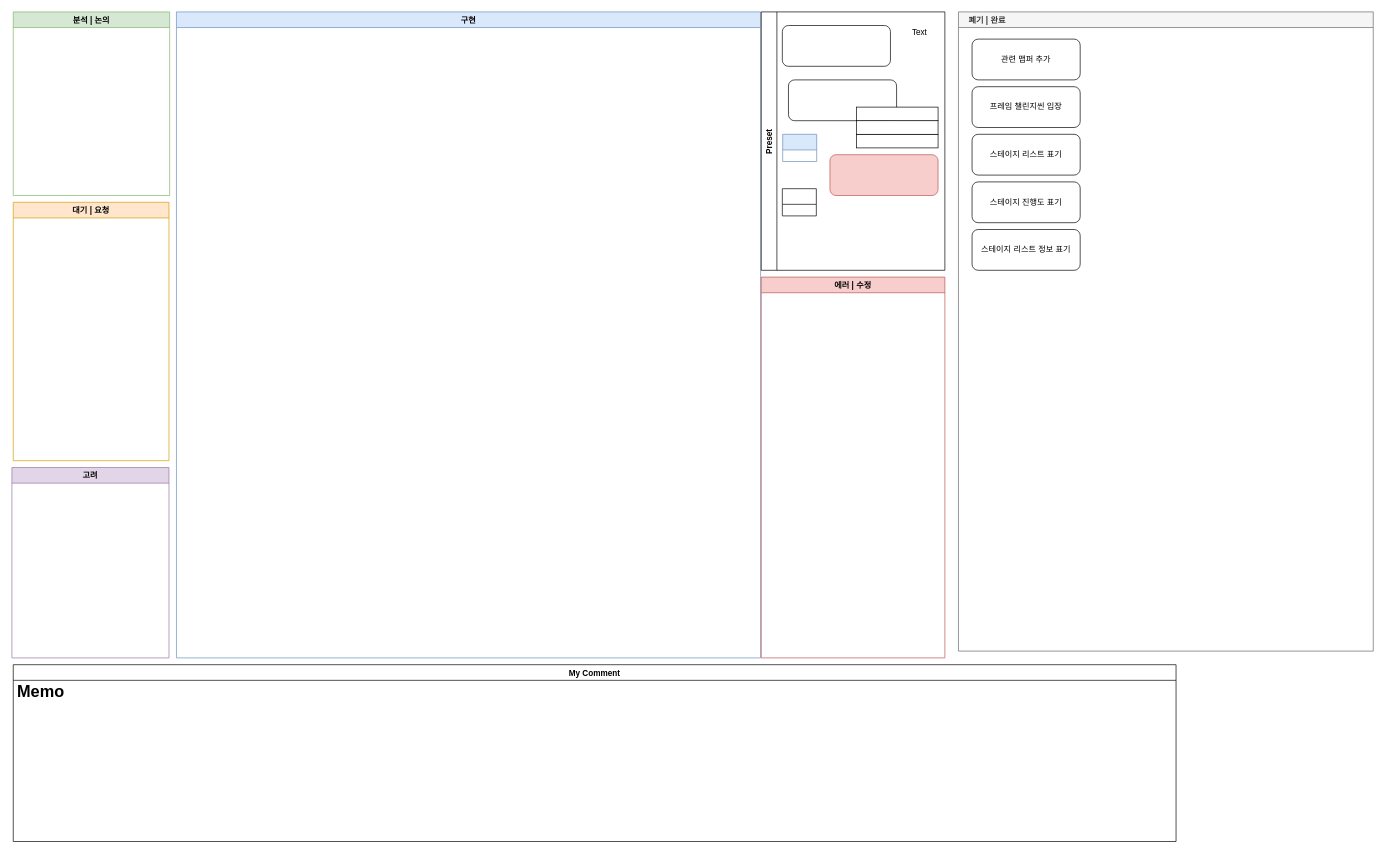
Before: 프레임 챌린지.drawio in Endorr/Job-Board, a draw.io diagram. Source tidied: cells renumbered, new cells numbered last; positions are measured from the earlier drawing's top-left corner, leaving out a move shared by most shapes. Both pictures are drawn from the tidied source at 68%, with x=0, y=0 at pixel (12, 12).
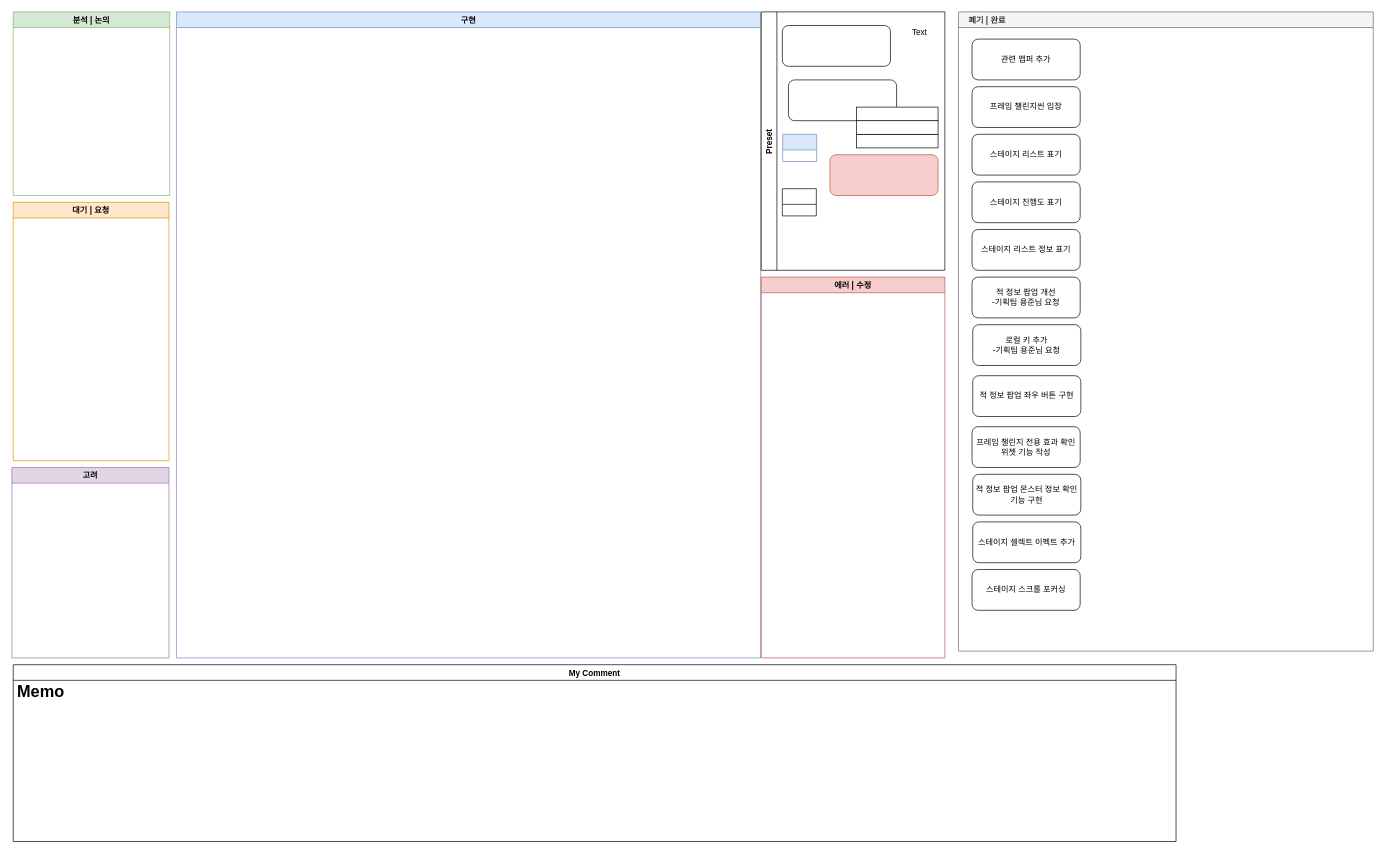
Above is the later version.

Commit message:
프레임 챌린지.drawio 업데이트

Unchanged cells that the change refers to:
```xml
<mxCell id="5" value="    폐기 | 완료" style="swimlane;strokeColor=#666666;fillColor=#f5f5f5;fontColor=#333333;align=left;" parent="1" vertex="1">
  <mxGeometry x="1392" width="610" height="940" as="geometry" />
</mxCell>
```

The edit, as a diff of the source:
```diff
@@
+    <mxCell id="26" value="적 정보 팝업 개선&lt;br&gt;-기획팀 용준님 요청" style="rounded=1;whiteSpace=wrap;html=1;" parent="5" vertex="1">
+      <mxGeometry x="20" y="390" width="159" height="60" as="geometry" />
+    </mxCell>
+    <mxCell id="27" value="로컬 키 추가&lt;br&gt;-기획팀 용준님 요청" style="rounded=1;whiteSpace=wrap;html=1;" parent="5" vertex="1">
+      <mxGeometry x="21" y="460" width="159" height="60" as="geometry" />
+    </mxCell>
+    <mxCell id="28" value="적 정보 팝업 좌우 버튼 구현" style="rounded=1;whiteSpace=wrap;html=1;" parent="5" vertex="1">
+      <mxGeometry x="21" y="535" width="159" height="60" as="geometry" />
+    </mxCell>
+    <mxCell id="29" value="프레임 챌린지 전용 효과 확인 위젯 기능 작성" style="rounded=1;whiteSpace=wrap;html=1;" parent="5" vertex="1">
+      <mxGeometry x="20" y="610" width="159" height="60" as="geometry" />
+    </mxCell>
+    <mxCell id="30" value="적 정보 팝업 몬스터 정보 확인 기능 구현" style="rounded=1;whiteSpace=wrap;html=1;" parent="5" vertex="1">
+      <mxGeometry x="21" y="680" width="159" height="60" as="geometry" />
+    </mxCell>
+    <mxCell id="31" value="스테이지 셀렉트 이펙트 추가" style="rounded=1;whiteSpace=wrap;html=1;" parent="5" vertex="1">
+      <mxGeometry x="21" y="750" width="159" height="60" as="geometry" />
+    </mxCell>
+    <mxCell id="32" value="스테이지 스크롤 포커싱" style="rounded=1;whiteSpace=wrap;html=1;" parent="5" vertex="1">
+      <mxGeometry x="20" y="820" width="159" height="60" as="geometry" />
+    </mxCell>
```
